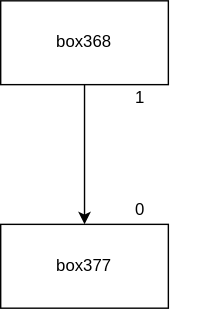
Above: bootstrap-svg/yed_compiler_as_svg.svg in bmfbp/bmfbp (draw.io), before the change. Source tidied: cells renumbered, new cells last; positions are measured from the earlier drawing's top-left corner, leaving out a move shared by most shapes.
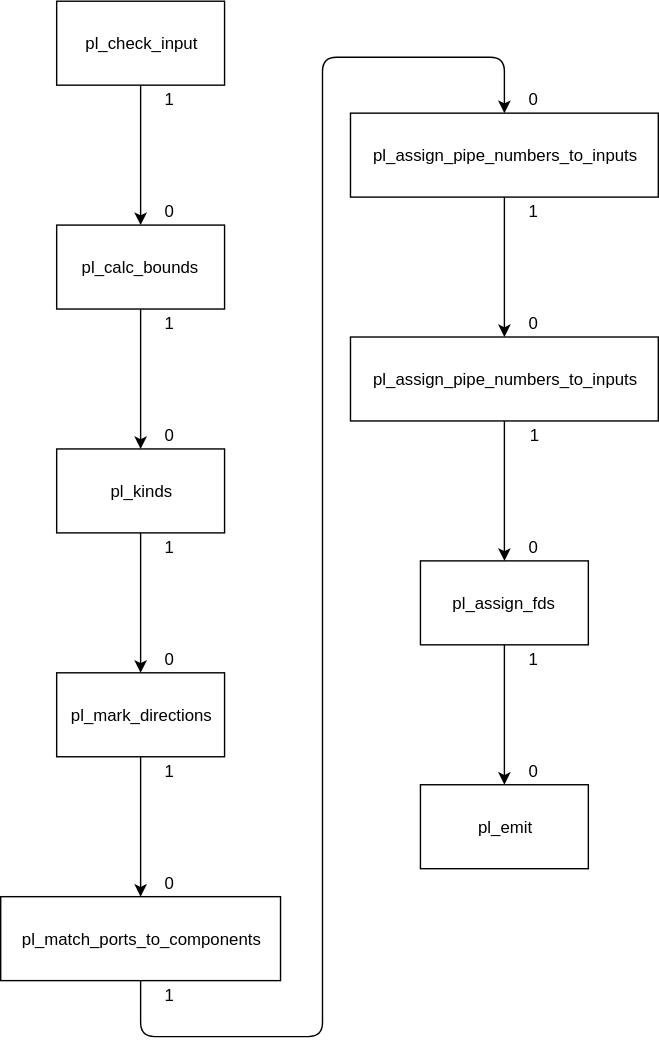
The same diagram one commit later.

Commit message:
make working on full diagram

Change to the diagram source:
```diff
@@ -2,22 +2,111 @@
   <root>
     <mxCell id="0" />
     <mxCell id="1" parent="0" />
-    <mxCell id="2" value="box368" style="rounded=0;align=center;" parent="1" vertex="1">
+    <mxCell id="2" value="pl_check_input" style="rounded=0;whiteSpace=wrap;" parent="1" vertex="1">
       <mxGeometry width="120" height="60" as="geometry" />
     </mxCell>
+    <mxCell id="7" value="pl_calc_bounds" style="rounded=0;whiteSpace=wrap;" parent="1" vertex="1">
+      <mxGeometry y="160" width="120" height="60" as="geometry" />
+    </mxCell>
+    <mxCell id="8" value="pl_kinds" style="rounded=0;whiteSpace=wrap;" parent="1" vertex="1">
+      <mxGeometry y="320" width="120" height="60" as="geometry" />
+    </mxCell>
+    <mxCell id="9" value="pl_mark_directions" style="rounded=0;whiteSpace=wrap;" parent="1" vertex="1">
+      <mxGeometry y="480" width="120" height="60" as="geometry" />
+    </mxCell>
+    <mxCell id="10" value="pl_match_ports_to_components" style="rounded=0;whiteSpace=wrap;" parent="1" vertex="1">
+      <mxGeometry x="-40" y="640" width="200" height="60" as="geometry" />
+    </mxCell>
+    <mxCell id="11" value="pl_assign_pipe_numbers_to_inputs" style="rounded=0;whiteSpace=wrap;" parent="1" vertex="1">
+      <mxGeometry x="210" y="80" width="220" height="60" as="geometry" />
+    </mxCell>
+    <mxCell id="12" value="pl_assign_pipe_numbers_to_inputs" style="rounded=0;whiteSpace=wrap;" parent="1" vertex="1">
+      <mxGeometry x="210" y="240" width="220" height="60" as="geometry" />
+    </mxCell>
+    <mxCell id="13" value="pl_assign_fds" style="rounded=0;whiteSpace=wrap;" parent="1" vertex="1">
+      <mxGeometry x="260" y="400" width="120" height="60" as="geometry" />
+    </mxCell>
+    <mxCell id="14" value="pl_emit" style="rounded=0;whiteSpace=wrap;" parent="1" vertex="1">
+      <mxGeometry x="260" y="560" width="120" height="60" as="geometry" />
+    </mxCell>
-    <mxCell id="3" style="endArrow=classic;entryX=0.5;entryY=0;exitX=0.5;exitY=1;" parent="1" edge="1" source="2">
-      <mxGeometry relative="1" as="geometry">
-        <mxPoint x="60" y="160" as="targetPoint" />
-      </mxGeometry>
+    <mxCell id="3" style="endArrow=classic;entryX=0.5;entryY=0;exitX=0.5;exitY=1;" parent="1" edge="1" source="2" target="7">
+      <mxGeometry relative="1" as="geometry" />
     </mxCell>
+    <mxCell id="15" style="endArrow=classic;entryX=0.5;entryY=0;exitX=0.5;exitY=1;" parent="1" edge="1" source="7" target="8">
+      <mxGeometry relative="1" as="geometry" />
+    </mxCell>
+    <mxCell id="16" style="endArrow=classic;entryX=0.5;entryY=0;exitX=0.5;exitY=1;" parent="1" edge="1" source="8" target="9">
+      <mxGeometry relative="1" as="geometry" />
+    </mxCell>
+    <mxCell id="17" style="endArrow=classic;entryX=0.5;entryY=0;exitX=0.5;exitY=1;" parent="1" edge="1" source="9" target="10">
+      <mxGeometry relative="1" as="geometry" />
+    </mxCell>
+    <mxCell id="18" style="endArrow=classic;entryX=0.5;entryY=0;exitX=0.5;exitY=1;" parent="1" edge="1" source="11" target="12">
+      <mxGeometry relative="1" as="geometry" />
+    </mxCell>
+    <mxCell id="19" style="endArrow=classic;entryX=0.5;entryY=0;exitX=0.5;exitY=1;" parent="1" edge="1" source="12" target="13">
+      <mxGeometry relative="1" as="geometry" />
+    </mxCell>
+    <mxCell id="20" style="endArrow=classic;entryX=0.5;entryY=0;exitX=0.5;exitY=1;" parent="1" edge="1" source="13" target="14">
+      <mxGeometry relative="1" as="geometry" />
+    </mxCell>
+    <mxCell id="21" style="endArrow=classic;entryX=0.5;entryY=0;exitX=0.5;exitY=1;" parent="1" edge="1" source="10" target="11">
+      <mxGeometry relative="1" as="geometry">
+        <Array as="points">
+          <mxPoint x="60" y="740" />
+          <mxPoint x="190" y="740" />
+          <mxPoint x="190" y="40" />
+          <mxPoint x="320" y="40" />
+        </Array>
+      </mxGeometry>
+    </mxCell>
+    <mxCell id="22" value="0" style="text;strokeColor=none;fillColor=none;align=center;verticalAlign=middle;whiteSpace=wrap;rounded=0;" parent="1" vertex="1">
+      <mxGeometry x="60" y="300" width="40" height="20" as="geometry" />
+    </mxCell>
-    <mxCell id="4" value="0" style="text;strokeColor=none;fillColor=none;align=center;verticalAlign=middle;rounded=0;" parent="1" vertex="1">
-      <mxGeometry x="60" y="140" width="80" height="20" as="geometry" />
+    <mxCell id="4" value="0" style="text;strokeColor=none;fillColor=none;align=center;verticalAlign=middle;whiteSpace=wrap;rounded=0;" parent="1" vertex="1">
+      <mxGeometry x="60" y="140" width="40" height="20" as="geometry" />
     </mxCell>
+    <mxCell id="23" value="0" style="text;strokeColor=none;fillColor=none;align=center;verticalAlign=middle;whiteSpace=wrap;rounded=0;" parent="1" vertex="1">
+      <mxGeometry x="60" y="620" width="40" height="20" as="geometry" />
+    </mxCell>
+    <mxCell id="24" value="0" style="text;strokeColor=none;fillColor=none;align=center;verticalAlign=middle;whiteSpace=wrap;rounded=0;" parent="1" vertex="1">
+      <mxGeometry x="60" y="460" width="40" height="20" as="geometry" />
+    </mxCell>
+    <mxCell id="25" value="0" style="text;strokeColor=none;fillColor=none;align=center;verticalAlign=middle;rounded=0;whiteSpace=wrap;" parent="1" vertex="1">
+      <mxGeometry x="320" y="60" width="40" height="20" as="geometry" />
+    </mxCell>
+    <mxCell id="26" value="0" style="text;strokeColor=none;fillColor=none;align=center;verticalAlign=middle;whiteSpace=wrap;rounded=0;" parent="1" vertex="1">
+      <mxGeometry x="320" y="220" width="40" height="20" as="geometry" />
+    </mxCell>
+    <mxCell id="27" value="0" style="text;strokeColor=none;fillColor=none;align=center;verticalAlign=middle;whiteSpace=wrap;rounded=0;" parent="1" vertex="1">
+      <mxGeometry x="320" y="380" width="40" height="20" as="geometry" />
+    </mxCell>
+    <mxCell id="28" value="0" style="text;strokeColor=none;fillColor=none;align=center;verticalAlign=middle;whiteSpace=wrap;rounded=0;" parent="1" vertex="1">
+      <mxGeometry x="320" y="540" width="40" height="20" as="geometry" />
+    </mxCell>
+    <mxCell id="29" value="1" style="text;strokeColor=none;fillColor=none;align=center;verticalAlign=middle;whiteSpace=wrap;rounded=0;" parent="1" vertex="1">
+      <mxGeometry x="321" y="300" width="40" height="20" as="geometry" />
+    </mxCell>
-    <mxCell id="5" value="1" style="text;strokeColor=none;fillColor=none;align=center;verticalAlign=middle;rounded=0;" parent="1" vertex="1">
-      <mxGeometry x="60" y="60" width="80" height="20" as="geometry" />
+    <mxCell id="5" value="1" style="text;strokeColor=none;fillColor=none;align=center;verticalAlign=middle;whiteSpace=wrap;rounded=0;" parent="1" vertex="1">
+      <mxGeometry x="60" y="60" width="40" height="20" as="geometry" />
     </mxCell>
-    <mxCell id="6" value="box377" style="rounded=0;align=center;" parent="1" vertex="1">
-      <mxGeometry y="160" width="120" height="60" as="geometry" />
-    </mxCell>
+    <mxCell id="30" value="1" style="text;strokeColor=none;fillColor=none;align=center;verticalAlign=middle;whiteSpace=wrap;rounded=0;" parent="1" vertex="1">
+      <mxGeometry x="60" y="380" width="40" height="20" as="geometry" />
+    </mxCell>
+    <mxCell id="31" value="1" style="text;strokeColor=none;fillColor=none;align=center;verticalAlign=middle;whiteSpace=wrap;rounded=0;" parent="1" vertex="1">
+      <mxGeometry x="60" y="220" width="40" height="20" as="geometry" />
+    </mxCell>
+    <mxCell id="32" value="1" style="text;strokeColor=none;fillColor=none;align=center;verticalAlign=middle;whiteSpace=wrap;rounded=0;" parent="1" vertex="1">
+      <mxGeometry x="320" y="140" width="40" height="20" as="geometry" />
+    </mxCell>
+    <mxCell id="33" value="1" style="text;strokeColor=none;fillColor=none;align=center;verticalAlign=middle;whiteSpace=wrap;rounded=0;" parent="1" vertex="1">
+      <mxGeometry x="320" y="460" width="40" height="20" as="geometry" />
+    </mxCell>
+    <mxCell id="34" value="1" style="text;strokeColor=none;fillColor=none;align=center;verticalAlign=middle;whiteSpace=wrap;rounded=0;" parent="1" vertex="1">
+      <mxGeometry x="60" y="700" width="40" height="20" as="geometry" />
+    </mxCell>
+    <mxCell id="35" value="1" style="text;strokeColor=none;fillColor=none;align=center;verticalAlign=middle;whiteSpace=wrap;rounded=0;" parent="1" vertex="1">
+      <mxGeometry x="60" y="540" width="40" height="20" as="geometry" />
+    </mxCell>
   </root>
 </mxGraphModel>
```
